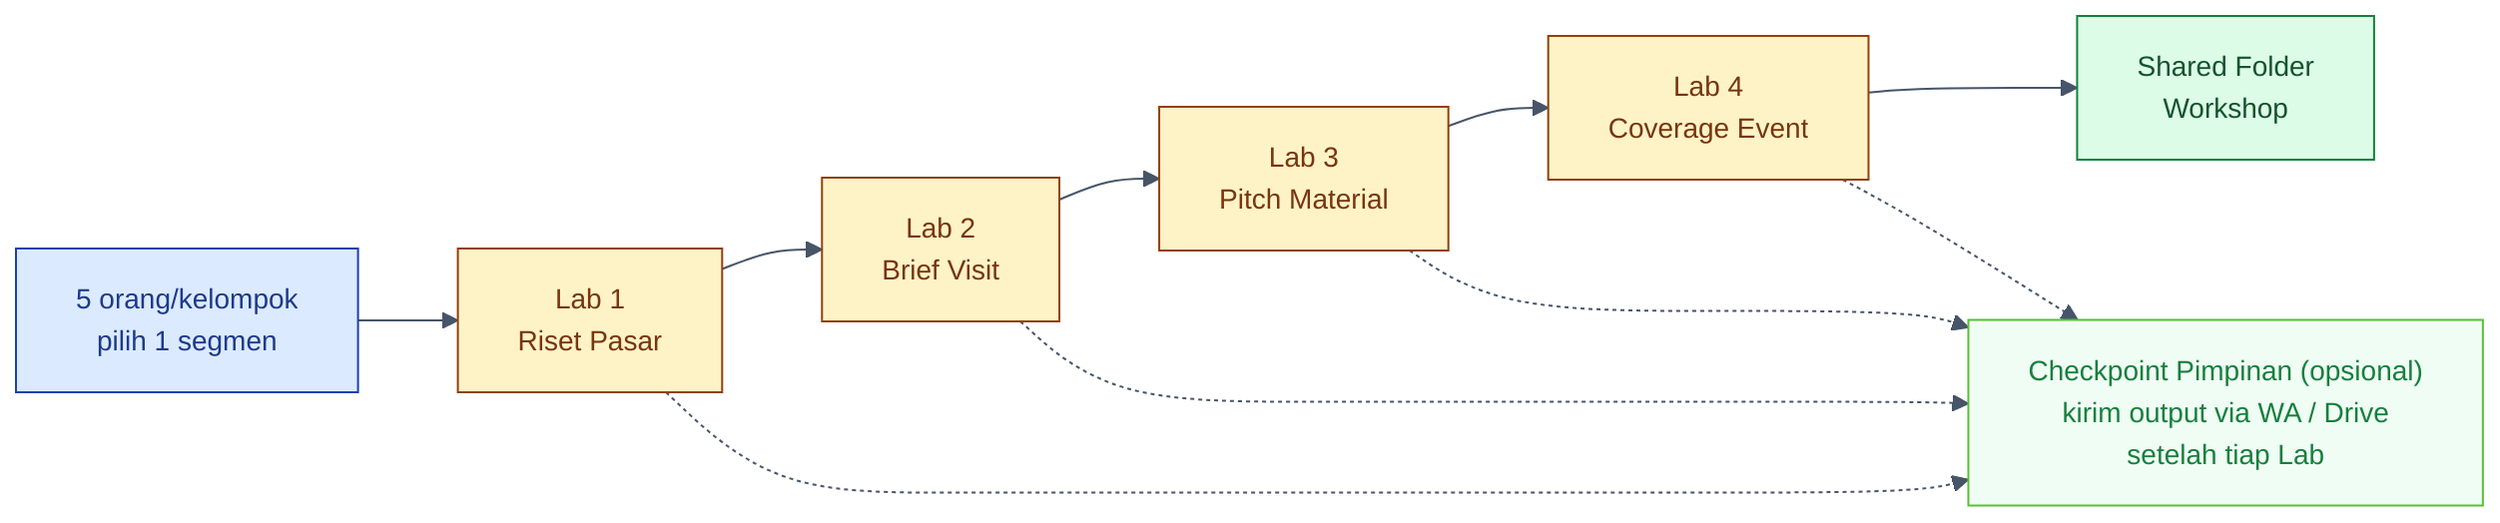
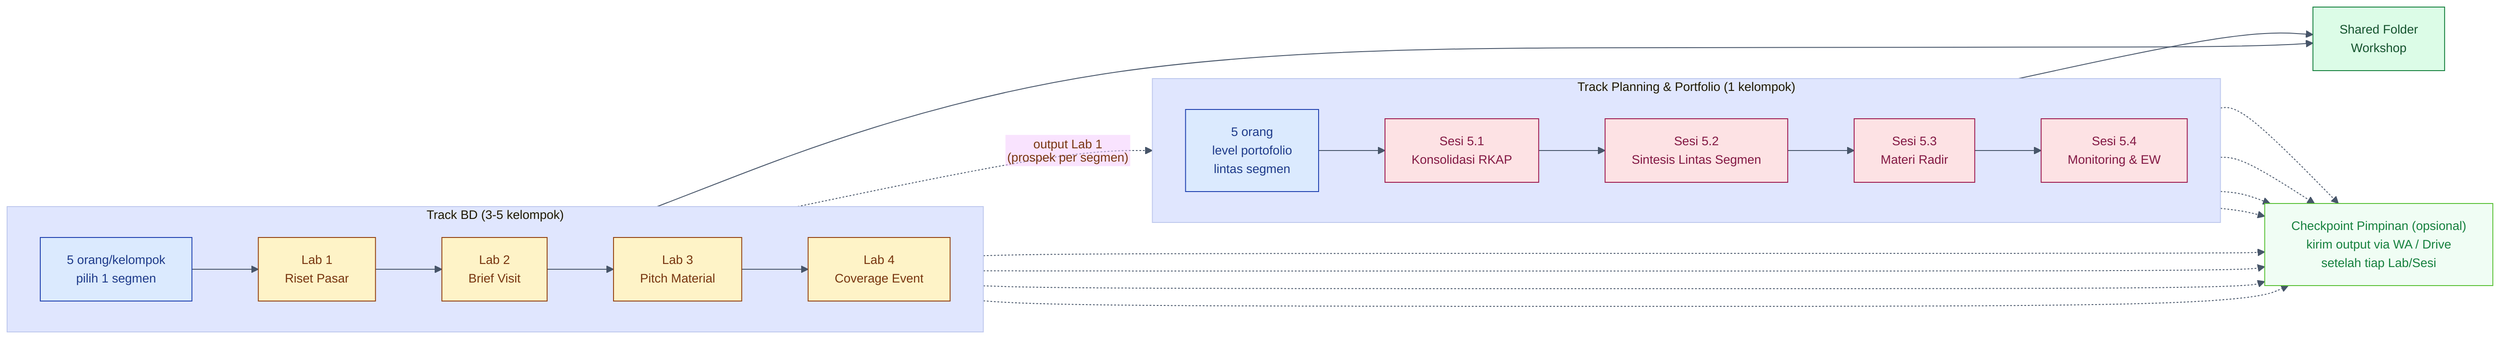
%%{init: {"theme": "base", "flowchart": {"htmlLabels": false, "useMaxWidth": false}, "themeVariables": {"primaryColor": "#fef3c7", "primaryTextColor": "#78350f", "primaryBorderColor": "#92400e", "lineColor": "#475569", "fontSize": "14px"}} }%%
flowchart LR
    classDef setup fill:#dbeafe,stroke:#1e40af,color:#1e3a8a
    classDef lab fill:#fef3c7,stroke:#92400e,color:#78350f
+     classDef plab fill:#fde2e4,stroke:#9d174d,color:#831843
    classDef output fill:#dcfce7,stroke:#15803d,color:#14532d
    classDef checkpoint fill:#f0fdf4,stroke:#58c034,color:#15803d

-     A["5 orang/kelompok<br/>pilih 1 segmen"]:::setup
-     B["Lab 1<br/>Riset Pasar"]:::lab
-     C["Lab 2<br/>Brief Visit"]:::lab
-     D["Lab 3<br/>Pitch Material"]:::lab
-     E["Lab 4<br/>Coverage Event"]:::lab
+     subgraph TrackBD["Track BD (3-5 kelompok)"]
+       direction LR
+       A1["5 orang/kelompok<br/>pilih 1 segmen"]:::setup
+       B["Lab 1<br/>Riset Pasar"]:::lab
+       C["Lab 2<br/>Brief Visit"]:::lab
+       D["Lab 3<br/>Pitch Material"]:::lab
+       E["Lab 4<br/>Coverage Event"]:::lab
+       A1 --> B --> C --> D --> E
+     end
+ 
+     subgraph TrackPP["Track Planning & Portfolio (1 kelompok)"]
+       direction LR
+       A2["5 orang<br/>level portofolio<br/>lintas segmen"]:::setup
+       B2["Sesi 5.1<br/>Konsolidasi RKAP"]:::plab
+       C2["Sesi 5.2<br/>Sintesis Lintas Segmen"]:::plab
+       D2["Sesi 5.3<br/>Materi Radir"]:::plab
+       E2["Sesi 5.4<br/>Monitoring & EW"]:::plab
+       A2 --> B2 --> C2 --> D2 --> E2
+     end
+ 
    F["Shared Folder<br/>Workshop"]:::output
+     CP["Checkpoint Pimpinan (opsional)<br/>kirim output via WA / Drive<br/>setelah tiap Lab/Sesi"]:::checkpoint

-     CP["Checkpoint Pimpinan (opsional)<br/>kirim output via WA / Drive<br/>setelah tiap Lab"]:::checkpoint
- 
-     A --> B --> C --> D --> E --> F
+     E --> F
+     E2 --> F
    B -.-> CP
    C -.-> CP
    D -.-> CP
    E -.-> CP
+     B2 -.-> CP
+     C2 -.-> CP
+     D2 -.-> CP
+     E2 -.-> CP
+ 
+     B -. "output Lab 1<br/>(prospek per segmen)" .-> C2
